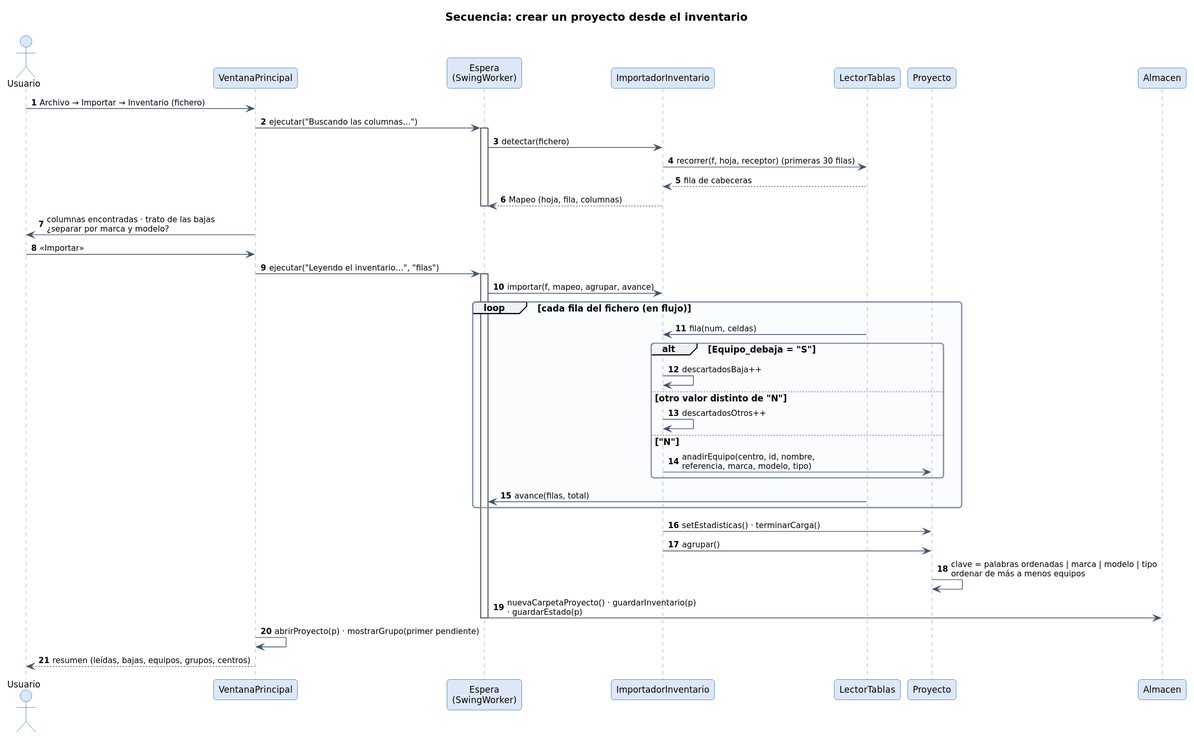
This is documentacion/diagramas-uml/d10_secuencia_importar.svg from JuanAnanin/catalogador-inventario, a PlantUML export, as it was before one commit. Source of this version:
```plantuml
@startuml
!include estilo.iuml
title Secuencia: crear un proyecto desde el inventario
autonumber
actor Usuario
participant "VentanaPrincipal" as VP
participant "Espera\n(SwingWorker)" as ES
participant "ImportadorInventario" as II
participant "LectorTablas" as LT
participant "Proyecto" as P
participant "Almacen" as AL
Usuario -> VP : Archivo → Importar → Inventario (fichero)
VP -> ES : ejecutar("Buscando las columnas…")
activate ES
ES -> II : detectar(fichero)
II -> LT : recorrer(f, hoja, receptor) (primeras 30 filas)
LT --> II : fila de cabeceras
II --> ES : Mapeo (hoja, fila, columnas)
deactivate ES
VP -> Usuario : columnas encontradas · trato de las bajas\n¿separar por marca y modelo?
Usuario -> VP : «Importar»
VP -> ES : ejecutar("Leyendo el inventario…", "filas")
activate ES
ES -> II : importar(f, mapeo, agrupar, avance)
loop cada fila del fichero (en flujo)
  LT -> II : fila(num, celdas)
  alt Equipo_debaja = "S"
    II -> II : descartadosBaja++
  else otro valor distinto de "N"
    II -> II : descartadosOtros++
  else "N"
    II -> P : anadirEquipo(centro, id, nombre,\nreferencia, marca, modelo, tipo)
  end
  LT -> ES : avance(filas, total)
end
II -> P : setEstadisticas() · terminarCarga()
II -> P : agrupar()
P -> P : clave = palabras ordenadas | marca | modelo | tipo\nordenar de más a menos equipos
ES -> AL : nuevaCarpetaProyecto() · guardarInventario(p)\n· guardarEstado(p)
deactivate ES
VP -> VP : abrirProyecto(p) · mostrarGrupo(primer pendiente)
VP --> Usuario : resumen (leídas, bajas, equipos, grupos, centros)
@enduml
```
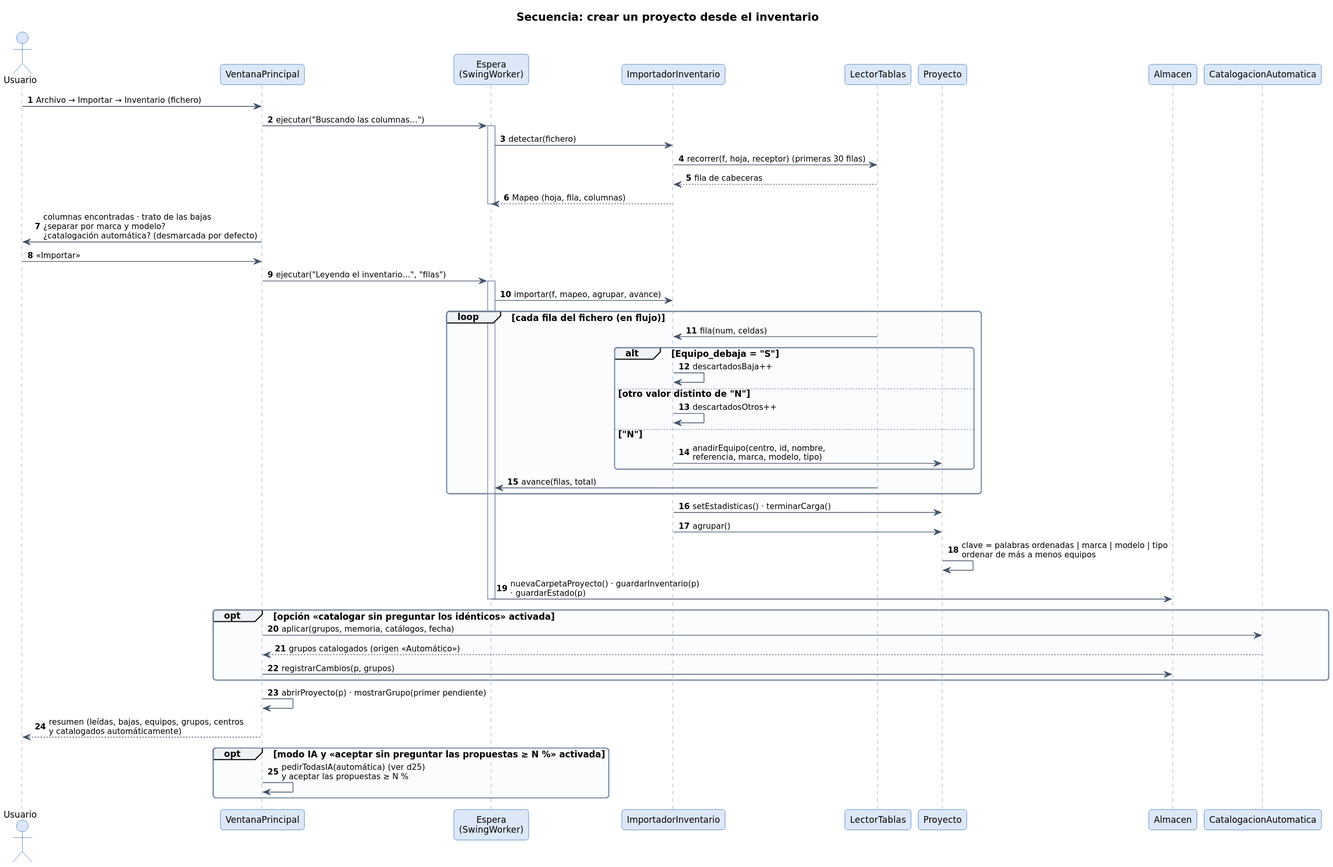
The same diagram one commit later.

What changed in the source:
```diff
@@ -9,6 +9,7 @@
 participant "LectorTablas" as LT
 participant "Proyecto" as P
 participant "Almacen" as AL
+participant "CatalogacionAutomatica" as CA
 Usuario -> VP : Archivo → Importar → Inventario (fichero)
 VP -> ES : ejecutar("Buscando las columnas…")
 activate ES
@@ -17,7 +18,7 @@
 LT --> II : fila de cabeceras
 II --> ES : Mapeo (hoja, fila, columnas)
 deactivate ES
-VP -> Usuario : columnas encontradas · trato de las bajas\n¿separar por marca y modelo?
+VP -> Usuario : columnas encontradas · trato de las bajas\n¿separar por marca y modelo?\n¿catalogación automática? (desmarcada por defecto)
 Usuario -> VP : «Importar»
 VP -> ES : ejecutar("Leyendo el inventario…", "filas")
 activate ES
@@ -38,6 +39,14 @@
 P -> P : clave = palabras ordenadas | marca | modelo | tipo\nordenar de más a menos equipos
 ES -> AL : nuevaCarpetaProyecto() · guardarInventario(p)\n· guardarEstado(p)
 deactivate ES
+opt opción «catalogar sin preguntar los idénticos» activada
+  VP -> CA : aplicar(grupos, memoria, catálogos, fecha)
+  CA --> VP : grupos catalogados (origen «Automático»)
+  VP -> AL : registrarCambios(p, grupos)
+end
 VP -> VP : abrirProyecto(p) · mostrarGrupo(primer pendiente)
-VP --> Usuario : resumen (leídas, bajas, equipos, grupos, centros)
+VP --> Usuario : resumen (leídas, bajas, equipos, grupos, centros\ny catalogados automáticamente)
+opt modo IA y «aceptar sin preguntar las propuestas ≥ N %» activada
+  VP -> VP : pedirTodasIA(automática) (ver d25)\ny aceptar las propuestas ≥ N %
+end
 @enduml
```
